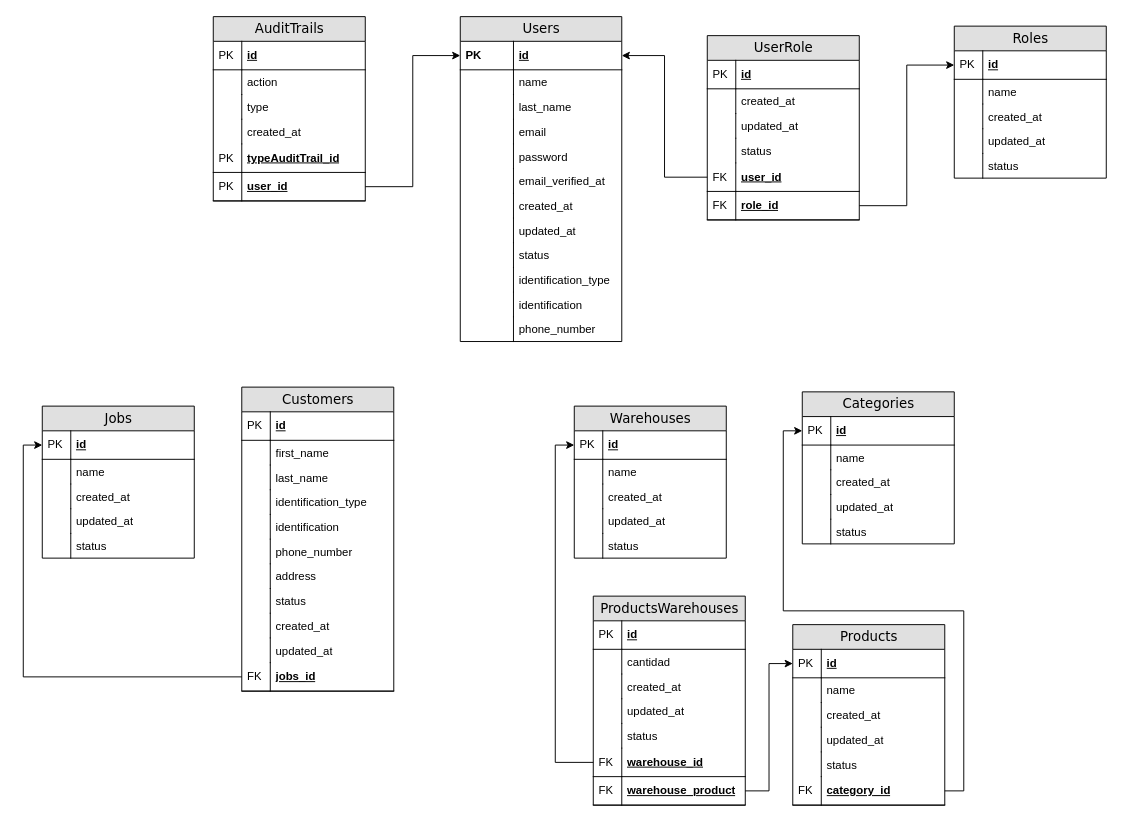
The draw.io diagram doc/diagrams/relational-diagram.drawio in Santym8/clean-lg, before the edit. Source tidied: cells renumbered, new cells numbered last; positions are measured from the earlier drawing's top-left corner, leaving out a move shared by most shapes. Both pictures are drawn from the tidied source at 95%, with x=0, y=0 at pixel (42, 16).
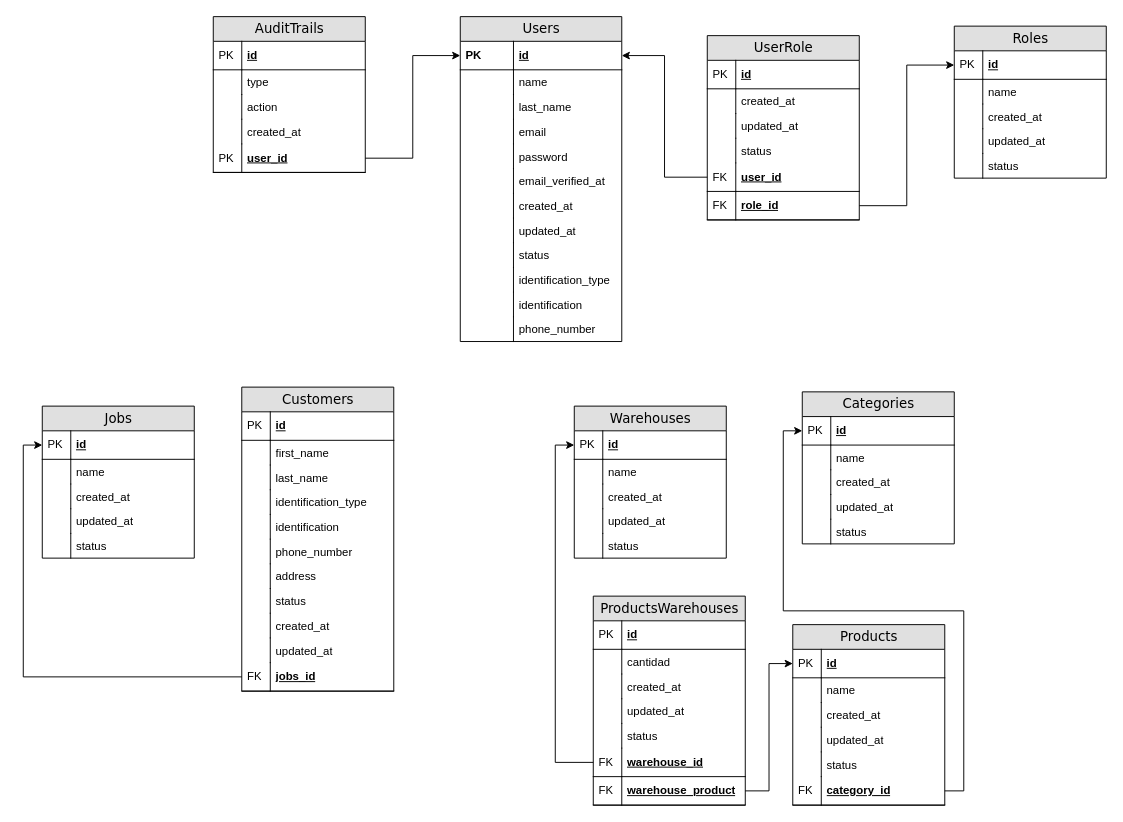
Above is the later version.

Change to the diagram source:
```diff
@@
     <mxCell id="126" value="AuditTrails" style="swimlane;html=1;fontStyle=0;horizontal=1;startSize=26;fillColor=#e0e0e0;swimlaneFillColor=#ffffff;align=center;rounded=0;shadow=0;comic=0;labelBackgroundColor=none;strokeWidth=1;fontFamily=Verdana;fontSize=14;swimlaneLine=1;" parent="1" vertex="1">
-      <mxGeometry x="180" width="160" height="194" as="geometry" />
+      <mxGeometry x="180" width="160" height="164" as="geometry" />
     </mxCell>
@@
+    <mxCell id="131" value="type" style="shape=partialRectangle;top=0;left=0;right=0;bottom=0;html=1;align=left;verticalAlign=top;fillColor=none;spacingLeft=34;spacingRight=4;whiteSpace=wrap;overflow=hidden;" parent="126" vertex="1">
+      <mxGeometry y="56" width="160" height="26" as="geometry" />
+    </mxCell>
+    <mxCell id="132" style="shape=partialRectangle;top=0;left=0;bottom=0;html=1;fillColor=none;align=left;verticalAlign=top;spacingLeft=4;spacingRight=4;whiteSpace=wrap;overflow=hidden;" parent="131" vertex="1">
+      <mxGeometry width="30" height="26" as="geometry" />
+    </mxCell>
     <mxCell id="129" value="action" style="shape=partialRectangle;top=0;left=0;right=0;bottom=0;html=1;align=left;verticalAlign=top;fillColor=none;spacingLeft=34;spacingRight=4;whiteSpace=wrap;overflow=hidden;" parent="126" vertex="1">
-      <mxGeometry y="56" width="160" height="26" as="geometry" />
+      <mxGeometry y="82" width="160" height="26" as="geometry" />
     </mxCell>
@@
-    <mxCell id="131" value="type" style="shape=partialRectangle;top=0;left=0;right=0;bottom=0;html=1;align=left;verticalAlign=top;fillColor=none;spacingLeft=34;spacingRight=4;whiteSpace=wrap;overflow=hidden;" parent="126" vertex="1">
-      <mxGeometry y="82" width="160" height="26" as="geometry" />
-    </mxCell>
-    <mxCell id="132" style="shape=partialRectangle;top=0;left=0;bottom=0;html=1;fillColor=none;align=left;verticalAlign=top;spacingLeft=4;spacingRight=4;whiteSpace=wrap;overflow=hidden;" parent="131" vertex="1">
-      <mxGeometry width="30" height="26" as="geometry" />
-    </mxCell>
@@
-    <mxCell id="135" value="typeAuditTrail_id" style="shape=partialRectangle;top=0;left=0;right=0;bottom=1;html=1;align=left;verticalAlign=middle;fillColor=none;spacingLeft=34;spacingRight=4;whiteSpace=wrap;overflow=hidden;fontStyle=5;" parent="126" vertex="1">
-      <mxGeometry y="134" width="160" height="30" as="geometry" />
-    </mxCell>
-    <mxCell id="136" value="PK" style="shape=partialRectangle;top=0;left=0;bottom=0;html=1;fillColor=none;align=left;verticalAlign=middle;spacingLeft=4;spacingRight=4;whiteSpace=wrap;overflow=hidden;" parent="135" vertex="1">
-      <mxGeometry width="30" height="30" as="geometry" />
-    </mxCell>
     <mxCell id="137" value="user_id" style="shape=partialRectangle;top=0;left=0;right=0;bottom=1;html=1;align=left;verticalAlign=middle;fillColor=none;spacingLeft=34;spacingRight=4;whiteSpace=wrap;overflow=hidden;points=[[0,0.5],[1,0.5]];portConstraint=eastwest;fontStyle=5;" parent="126" vertex="1">
-      <mxGeometry y="164" width="160" height="30" as="geometry" />
+      <mxGeometry y="134" width="160" height="30" as="geometry" />
     </mxCell>
```
